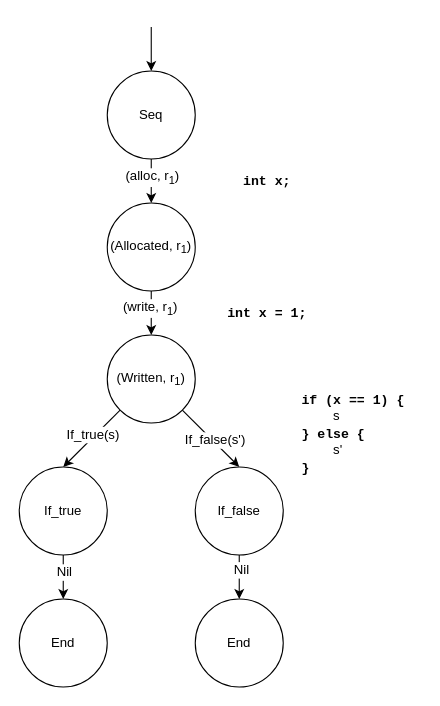
andersfischernielsen/Finding-Resource-Manipulation-Bugs-with-Monitor-Automata-on-the-Example-of-the-Linux-Kernel keeps this draw.io diagram as background/figures/cfg_example.drawio. Above is the earlier version. Source tidied: cells renumbered, new cells numbered last; positions are measured from the earlier drawing's top-left corner, leaving out a move shared by most shapes. Both pictures are drawn from the tidied source at 110%, with x=0, y=0 at pixel (19, 26).
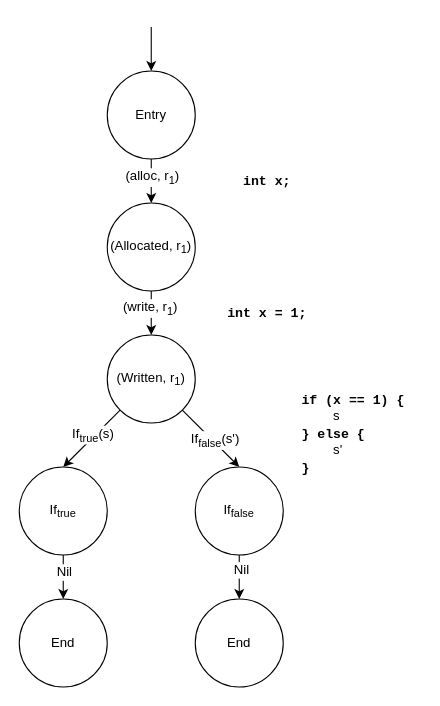
Above is the later version.

The change refers to these unchanged cells:
```xml
<mxCell id="11" style="rounded=0;jettySize=auto;html=1;exitX=0;exitY=1;exitDx=0;exitDy=0;entryX=0.5;entryY=0;entryDx=0;entryDy=0;" parent="1" edge="1" source="15" target="18">
  <mxGeometry relative="1" as="geometry" />
</mxCell>
<mxCell id="13" style="edgeStyle=none;rounded=0;jettySize=auto;html=1;exitX=1;exitY=1;exitDx=0;exitDy=0;entryX=0.5;entryY=0;entryDx=0;entryDy=0;" parent="1" edge="1" source="15" target="21">
  <mxGeometry relative="1" as="geometry" />
</mxCell>
```

Change to the diagram source:
```diff
@@
-    <mxCell id="2" value="Seq" style="ellipse;whiteSpace=wrap;html=1;" parent="1" vertex="1">
+    <mxCell id="2" value="Entry" style="ellipse;whiteSpace=wrap;html=1;" parent="1" vertex="1">
       <mxGeometry x="80" y="40" width="80" height="80" as="geometry" />
     </mxCell>
@@
-    <mxCell id="12" value="If_true(s)" style="text;html=1;align=center;verticalAlign=middle;labelBackgroundColor=#ffffff;" parent="11" vertex="1">
+    <mxCell id="12" value="If&lt;sub&gt;true&lt;/sub&gt;(s)" style="text;html=1;align=center;verticalAlign=middle;labelBackgroundColor=#ffffff;" parent="11" vertex="1">
       <mxGeometry x="-0.08" y="-1" relative="1" as="geometry">
         <mxPoint y="-1" as="offset" />
       </mxGeometry>
     </mxCell>
@@
-    <mxCell id="14" value="If_false(s')" style="text;html=1;align=center;verticalAlign=middle;labelBackgroundColor=#ffffff;" parent="13" vertex="1">
+    <mxCell id="14" value="If&lt;sub&gt;false&lt;/sub&gt;(s')" style="text;html=1;align=center;verticalAlign=middle;labelBackgroundColor=#ffffff;" parent="13" vertex="1">
       <mxGeometry x="0.11" y="1" relative="1" as="geometry">
         <mxPoint y="-1" as="offset" />
       </mxGeometry>
     </mxCell>
@@
-    <mxCell id="18" value="If_true" style="ellipse;whiteSpace=wrap;html=1;" parent="1" vertex="1">
+    <mxCell id="18" value="If&lt;sub&gt;true&lt;/sub&gt;" style="ellipse;whiteSpace=wrap;html=1;" parent="1" vertex="1">
       <mxGeometry y="400" width="80" height="80" as="geometry" />
     </mxCell>
@@
-    <mxCell id="21" value="If_false" style="ellipse;whiteSpace=wrap;html=1;" parent="1" vertex="1">
+    <mxCell id="21" value="If&lt;sub&gt;false&lt;/sub&gt;" style="ellipse;whiteSpace=wrap;html=1;" parent="1" vertex="1">
       <mxGeometry x="160" y="400" width="80" height="80" as="geometry" />
     </mxCell>
```
